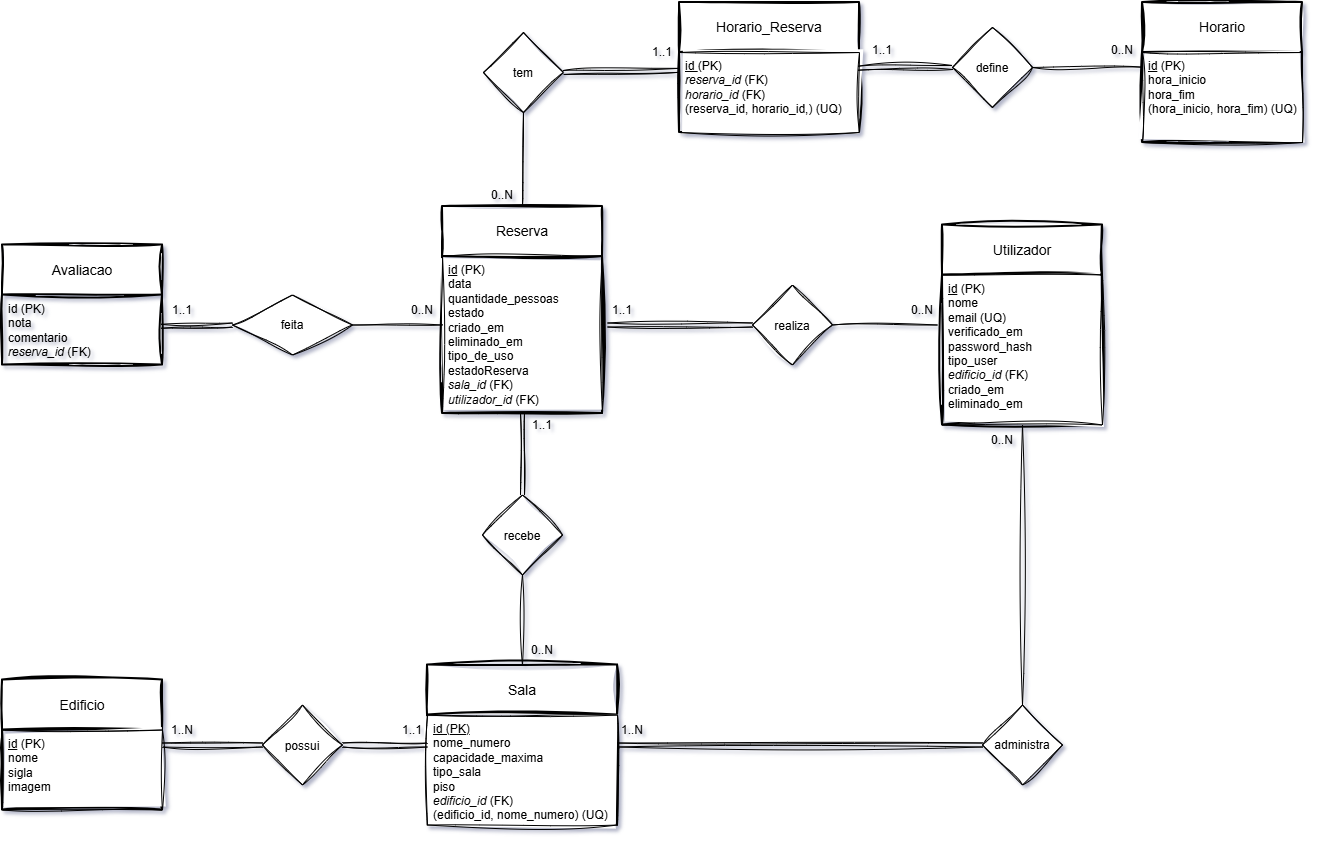
The draw.io diagram apresentacao/LAPR_projeto.drawio.png in TiagoCC23/2024118083_2024116801-LAPRTP1, before a commit. Source tidied: cells renumbered, new cells last; positions are measured from the earlier drawing's top-left corner, leaving out a move shared by most shapes.
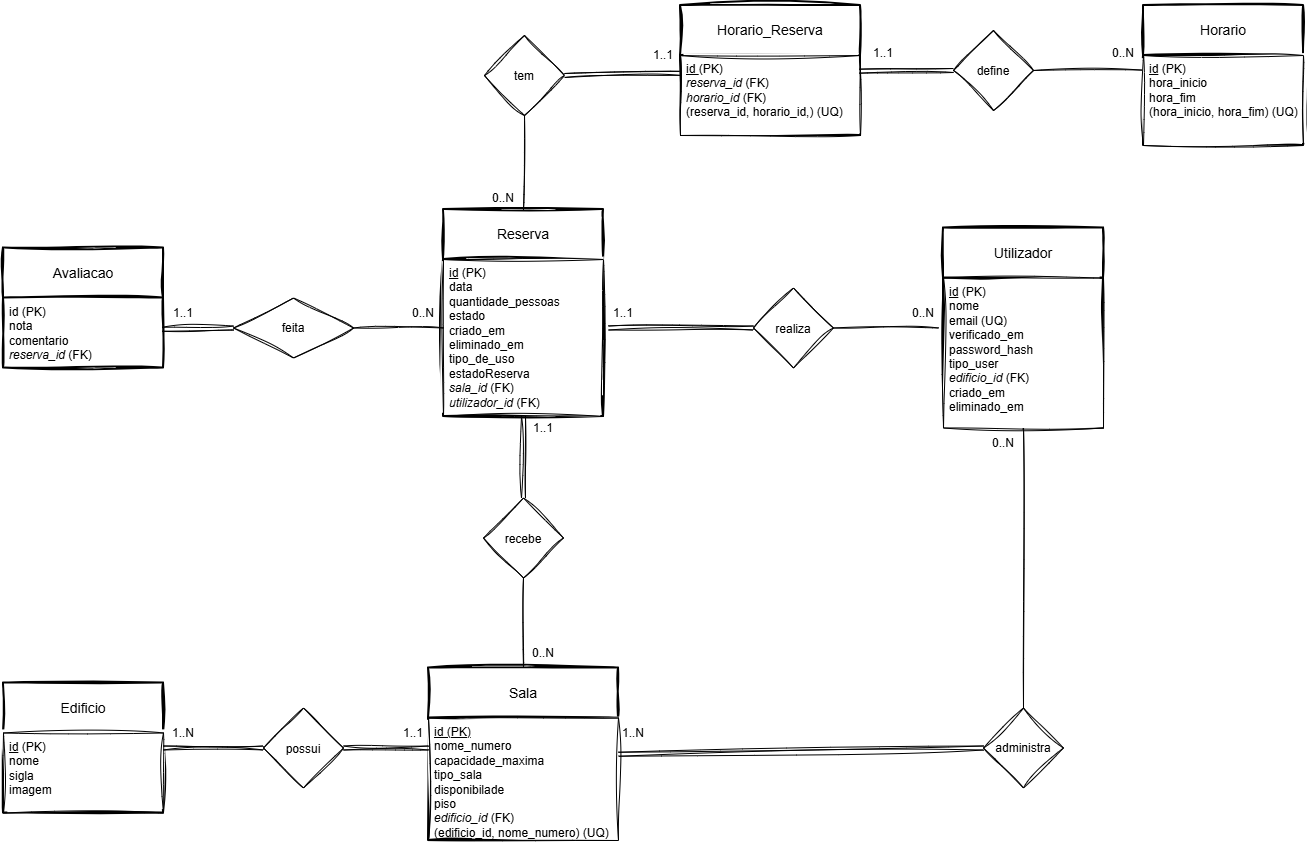
The same diagram one commit later.

Change to the diagram source:
```diff
@@ -1,4 +1,4 @@
-<mxGraphModel background="light-dark(#ffffff, #121212)" shadow="1">
+<mxGraphModel>
   <root>
     <mxCell id="0" />
     <mxCell id="1" parent="0" />
@@ -12,11 +12,11 @@
       <mxGeometry y="130" width="160" as="geometry" />
     </mxCell>
     <mxCell id="5" value="Sala" style="swimlane;horizontal=1;startSize=50;rounded=0;fontSize=14;fontStyle=0;strokeWidth=2;shadow=0;dashed=0;align=center;arcSize=0;whiteSpace=wrap;html=1;sketch=1;curveFitting=1;jiggle=2;" parent="1" vertex="1">
-      <mxGeometry x="425" y="662.5" width="190" height="160" as="geometry" />
+      <mxGeometry x="425" y="662.5" width="190" height="172.5" as="geometry" />
     </mxCell>
-    <mxCell id="6" value="&lt;u&gt;id (PK)&lt;/u&gt;&lt;div&gt;nome_numero&lt;/div&gt;&lt;div&gt;capacidade_maxima&lt;/div&gt;&lt;div&gt;tipo_sala&lt;/div&gt;&lt;div&gt;piso&lt;/div&gt;&lt;div&gt;&lt;i&gt;edificio_id&amp;nbsp;&lt;/i&gt;&lt;span style=&quot;background-color: transparent; color: light-dark(rgb(0, 0, 0), rgb(255, 255, 255));&quot;&gt;(FK)&lt;/span&gt;&lt;/div&gt;&lt;div&gt;&lt;span style=&quot;background-color: transparent; color: light-dark(rgb(0, 0, 0), rgb(255, 255, 255));&quot;&gt;(edificio_id, nome_numero) (UQ)&lt;/span&gt;&lt;/div&gt;" style="align=left;spacingLeft=4;spacingRight=4;fontSize=12;verticalAlign=top;html=1;whiteSpace=wrap;shadow=0;rounded=0;sketch=1;curveFitting=1;jiggle=2;" parent="5" vertex="1">
-      <mxGeometry y="50" width="190" height="110" as="geometry" />
-    </mxCell>
+    <mxCell id="52" value="&lt;u&gt;id (PK)&lt;/u&gt;&lt;div&gt;nome_numero&lt;/div&gt;&lt;div&gt;capacidade_maxima&lt;/div&gt;&lt;div&gt;tipo_sala&lt;/div&gt;&lt;div&gt;disponibilade&lt;/div&gt;&lt;div&gt;piso&lt;/div&gt;&lt;div&gt;&lt;i&gt;edificio_id&amp;nbsp;&lt;/i&gt;&lt;span style=&quot;background-color: transparent; color: light-dark(rgb(0, 0, 0), rgb(255, 255, 255));&quot;&gt;(FK)&lt;/span&gt;&lt;/div&gt;&lt;div&gt;&lt;span style=&quot;background-color: transparent; color: light-dark(rgb(0, 0, 0), rgb(255, 255, 255));&quot;&gt;(edificio_id, nome_numero) (UQ)&lt;/span&gt;&lt;/div&gt;" style="align=left;spacingLeft=4;spacingRight=4;fontSize=12;verticalAlign=top;html=1;whiteSpace=wrap;shadow=0;rounded=0;sketch=1;curveFitting=1;jiggle=2;" parent="5" vertex="1">
+      <mxGeometry y="50" width="190" height="122.5" as="geometry" />
+    </mxCell>
     <mxCell id="7" value="Horario" style="swimlane;horizontal=1;startSize=50;rounded=0;fontSize=14;fontStyle=0;strokeWidth=2;shadow=0;dashed=0;align=center;arcSize=0;whiteSpace=wrap;html=1;sketch=1;curveFitting=1;jiggle=2;" parent="1" vertex="1">
       <mxGeometry x="1140" width="160" height="140" as="geometry" />
     </mxCell>
@@ -53,39 +53,39 @@
     <mxCell id="18" style="endArrow=none;html=1;rounded=0;entryX=1;entryY=0.5;entryDx=0;entryDy=0;exitX=-0.012;exitY=0.162;exitDx=0;exitDy=0;shadow=0;sketch=1;curveFitting=1;jiggle=2;exitPerimeter=0;" parent="1" edge="1" source="8" target="14">
       <mxGeometry relative="1" as="geometry" />
     </mxCell>
-    <mxCell id="19" style="endArrow=none;html=1;rounded=0;entryX=1;entryY=0.5;entryDx=0;entryDy=0;exitX=0;exitY=0.5;exitDx=0;exitDy=0;shadow=0;sketch=1;curveFitting=1;jiggle=2;shape=link;" parent="1" edge="1" source="5" target="16">
-      <mxGeometry relative="1" as="geometry" />
-    </mxCell>
-    <mxCell id="20" value="1..N" style="text;html=1;whiteSpace=wrap;align=center;verticalAlign=middle;rounded=0;shadow=0;sketch=1;curveFitting=1;jiggle=2;" parent="1" vertex="1">
-      <mxGeometry x="150" y="712.5" width="60" height="30" as="geometry" />
-    </mxCell>
-    <mxCell id="21" value="1..1" style="text;html=1;whiteSpace=wrap;align=center;verticalAlign=middle;rounded=0;shadow=0;sketch=1;curveFitting=1;jiggle=2;" parent="1" vertex="1">
-      <mxGeometry x="380" y="712.5" width="60" height="30" as="geometry" />
-    </mxCell>
-    <mxCell id="22" value="0..N" style="text;html=1;whiteSpace=wrap;align=center;verticalAlign=middle;rounded=0;shadow=0;sketch=1;curveFitting=1;jiggle=2;" parent="1" vertex="1">
-      <mxGeometry x="890" y="292.5" width="60" height="30" as="geometry" />
-    </mxCell>
-    <mxCell id="23" value="1..1" style="text;html=1;whiteSpace=wrap;align=center;verticalAlign=middle;rounded=0;shadow=0;sketch=1;curveFitting=1;jiggle=2;" parent="1" vertex="1">
-      <mxGeometry x="590" y="292.5" width="60" height="30" as="geometry" />
-    </mxCell>
-    <mxCell id="24" value="1..1" style="text;html=1;whiteSpace=wrap;align=center;verticalAlign=middle;rounded=0;shadow=0;sketch=1;curveFitting=1;jiggle=2;" parent="1" vertex="1">
-      <mxGeometry x="510" y="408" width="60" height="30" as="geometry" />
-    </mxCell>
-    <mxCell id="25" value="0..N" style="text;html=1;whiteSpace=wrap;align=center;verticalAlign=middle;rounded=0;shadow=0;sketch=1;curveFitting=1;jiggle=2;" parent="1" vertex="1">
-      <mxGeometry x="510" y="632.5" width="60" height="30" as="geometry" />
-    </mxCell>
-    <mxCell id="26" value="0..N" style="text;html=1;whiteSpace=wrap;align=center;verticalAlign=middle;rounded=0;shadow=0;sketch=1;curveFitting=1;jiggle=2;" parent="1" vertex="1">
-      <mxGeometry x="470" y="178" width="60" height="30" as="geometry" />
-    </mxCell>
-    <mxCell id="27" value="0..N" style="text;html=1;whiteSpace=wrap;align=center;verticalAlign=middle;rounded=0;shadow=0;sketch=1;curveFitting=1;jiggle=2;" parent="1" vertex="1">
-      <mxGeometry x="1090" y="33" width="60" height="30" as="geometry" />
-    </mxCell>
-    <mxCell id="28" style="endArrow=none;html=1;rounded=0;hachureGap=4;fontFamily=Architects Daughter;fontSource=https%3A%2F%2Ffonts.googleapis.com%2Fcss%3Ffamily%3DArchitects%2BDaughter;exitX=0.25;exitY=1;exitDx=0;exitDy=0;entryX=0;entryY=0.5;entryDx=0;entryDy=0;sketch=1;curveFitting=1;jiggle=2;shape=link;" parent="1" edge="1" source="23" target="13">
-      <mxGeometry relative="1" as="geometry" />
-    </mxCell>
-    <mxCell id="29" style="endArrow=none;html=1;rounded=0;hachureGap=4;fontFamily=Architects Daughter;fontSource=https%3A%2F%2Ffonts.googleapis.com%2Fcss%3Ffamily%3DArchitects%2BDaughter;entryX=1;entryY=0.5;entryDx=0;entryDy=0;exitX=0.75;exitY=1;exitDx=0;exitDy=0;sketch=1;curveFitting=1;jiggle=2;" parent="1" edge="1" source="22" target="13">
-      <mxGeometry relative="1" as="geometry" />
-    </mxCell>
+    <mxCell id="53" style="endArrow=none;html=1;rounded=0;entryX=1;entryY=0.5;entryDx=0;entryDy=0;exitX=0.75;exitY=1;exitDx=0;exitDy=0;shadow=0;sketch=1;curveFitting=1;jiggle=2;shape=link;" parent="1" edge="1" source="55" target="16">
+      <mxGeometry relative="1" as="geometry" />
+    </mxCell>
+    <mxCell id="54" value="1..N" style="text;html=1;whiteSpace=wrap;align=center;verticalAlign=middle;rounded=0;shadow=0;sketch=1;curveFitting=1;jiggle=2;" parent="1" vertex="1">
+      <mxGeometry x="150" y="712.5" width="60" height="30" as="geometry" />
+    </mxCell>
+    <mxCell id="55" value="1..1" style="text;html=1;whiteSpace=wrap;align=center;verticalAlign=middle;rounded=0;shadow=0;sketch=1;curveFitting=1;jiggle=2;" parent="1" vertex="1">
+      <mxGeometry x="380" y="712.5" width="60" height="30" as="geometry" />
+    </mxCell>
+    <mxCell id="56" value="0..N" style="text;html=1;whiteSpace=wrap;align=center;verticalAlign=middle;rounded=0;shadow=0;sketch=1;curveFitting=1;jiggle=2;" parent="1" vertex="1">
+      <mxGeometry x="890" y="292.5" width="60" height="30" as="geometry" />
+    </mxCell>
+    <mxCell id="57" value="1..1" style="text;html=1;whiteSpace=wrap;align=center;verticalAlign=middle;rounded=0;shadow=0;sketch=1;curveFitting=1;jiggle=2;" parent="1" vertex="1">
+      <mxGeometry x="590" y="292.5" width="60" height="30" as="geometry" />
+    </mxCell>
+    <mxCell id="58" value="1..1" style="text;html=1;whiteSpace=wrap;align=center;verticalAlign=middle;rounded=0;shadow=0;sketch=1;curveFitting=1;jiggle=2;" parent="1" vertex="1">
+      <mxGeometry x="510" y="408" width="60" height="30" as="geometry" />
+    </mxCell>
+    <mxCell id="59" value="0..N" style="text;html=1;whiteSpace=wrap;align=center;verticalAlign=middle;rounded=0;shadow=0;sketch=1;curveFitting=1;jiggle=2;" parent="1" vertex="1">
+      <mxGeometry x="510" y="632.5" width="60" height="30" as="geometry" />
+    </mxCell>
+    <mxCell id="60" value="0..N" style="text;html=1;whiteSpace=wrap;align=center;verticalAlign=middle;rounded=0;shadow=0;sketch=1;curveFitting=1;jiggle=2;" parent="1" vertex="1">
+      <mxGeometry x="470" y="178" width="60" height="30" as="geometry" />
+    </mxCell>
+    <mxCell id="61" value="0..N" style="text;html=1;whiteSpace=wrap;align=center;verticalAlign=middle;rounded=0;shadow=0;sketch=1;curveFitting=1;jiggle=2;" parent="1" vertex="1">
+      <mxGeometry x="1090" y="33" width="60" height="30" as="geometry" />
+    </mxCell>
+    <mxCell id="62" style="endArrow=none;html=1;rounded=0;hachureGap=4;fontFamily=Architects Daughter;fontSource=https%3A%2F%2Ffonts.googleapis.com%2Fcss%3Ffamily%3DArchitects%2BDaughter;exitX=0.25;exitY=1;exitDx=0;exitDy=0;entryX=0;entryY=0.5;entryDx=0;entryDy=0;sketch=1;curveFitting=1;jiggle=2;shape=link;" parent="1" edge="1" source="57" target="13">
+      <mxGeometry relative="1" as="geometry" />
+    </mxCell>
+    <mxCell id="63" style="endArrow=none;html=1;rounded=0;hachureGap=4;fontFamily=Architects Daughter;fontSource=https%3A%2F%2Ffonts.googleapis.com%2Fcss%3Ffamily%3DArchitects%2BDaughter;entryX=1;entryY=0.5;entryDx=0;entryDy=0;exitX=0.75;exitY=1;exitDx=0;exitDy=0;sketch=1;curveFitting=1;jiggle=2;" parent="1" edge="1" source="56" target="13">
+      <mxGeometry relative="1" as="geometry" />
+    </mxCell>
     <mxCell id="30" style="endArrow=none;html=1;rounded=0;hachureGap=4;fontFamily=Architects Daughter;fontSource=https%3A%2F%2Ffonts.googleapis.com%2Fcss%3Ffamily%3DArchitects%2BDaughter;entryX=0.5;entryY=0;entryDx=0;entryDy=0;exitX=0.5;exitY=1;exitDx=0;exitDy=0;sketch=1;curveFitting=1;jiggle=2;shape=link;" parent="1" edge="1" source="12" target="15">
       <mxGeometry relative="1" as="geometry" />
     </mxCell>
@@ -101,12 +101,12 @@
     <mxCell id="34" style="endArrow=none;html=1;rounded=0;hachureGap=4;fontFamily=Architects Daughter;fontSource=https%3A%2F%2Ffonts.googleapis.com%2Fcss%3Ffamily%3DArchitects%2BDaughter;exitX=0.5;exitY=0;exitDx=0;exitDy=0;sketch=1;curveFitting=1;jiggle=2;entryX=0.5;entryY=1;entryDx=0;entryDy=0;" parent="1" edge="1" source="32" target="10">
       <mxGeometry relative="1" as="geometry" />
     </mxCell>
-    <mxCell id="35" value="0..N" style="text;html=1;whiteSpace=wrap;align=center;verticalAlign=middle;rounded=0;shadow=0;sketch=1;curveFitting=1;jiggle=2;" parent="1" vertex="1">
-      <mxGeometry x="970" y="422.5" width="60" height="30" as="geometry" />
-    </mxCell>
-    <mxCell id="36" value="1..N" style="text;html=1;whiteSpace=wrap;align=center;verticalAlign=middle;rounded=0;shadow=0;sketch=1;curveFitting=1;jiggle=2;" parent="1" vertex="1">
-      <mxGeometry x="600" y="712.5" width="60" height="30" as="geometry" />
-    </mxCell>
+    <mxCell id="64" value="0..N" style="text;html=1;whiteSpace=wrap;align=center;verticalAlign=middle;rounded=0;shadow=0;sketch=1;curveFitting=1;jiggle=2;" parent="1" vertex="1">
+      <mxGeometry x="970" y="422.5" width="60" height="30" as="geometry" />
+    </mxCell>
+    <mxCell id="65" value="1..N" style="text;html=1;whiteSpace=wrap;align=center;verticalAlign=middle;rounded=0;shadow=0;sketch=1;curveFitting=1;jiggle=2;" parent="1" vertex="1">
+      <mxGeometry x="600" y="712.5" width="60" height="30" as="geometry" />
+    </mxCell>
     <mxCell id="37" value="Avaliacao" style="swimlane;horizontal=1;startSize=50;rounded=0;fontSize=14;fontStyle=0;strokeWidth=2;shadow=0;dashed=0;align=center;arcSize=4;whiteSpace=wrap;html=1;swimlaneLine=1;sketch=1;curveFitting=1;jiggle=2;" parent="1" vertex="1">
       <mxGeometry y="242.5" width="160" height="120" as="geometry" />
     </mxCell>
@@ -116,11 +116,11 @@
     <mxCell id="39" value="feita" style="shape=rhombus;perimeter=rhombusPerimeter;whiteSpace=wrap;html=1;align=center;sketch=1;curveFitting=1;jiggle=2;" parent="1" vertex="1">
       <mxGeometry x="230" y="292.5" width="120" height="60" as="geometry" />
     </mxCell>
-    <mxCell id="40" style="endArrow=none;html=1;rounded=0;exitX=1;exitY=0.5;exitDx=0;exitDy=0;sketch=1;curveFitting=1;jiggle=2;" parent="1" edge="1" source="39">
-      <mxGeometry relative="1" as="geometry">
-        <mxPoint x="440" y="322.5" as="targetPoint" />
-      </mxGeometry>
-    </mxCell>
+    <mxCell id="66" style="endArrow=none;html=1;rounded=0;exitX=1;exitY=0.5;exitDx=0;exitDy=0;sketch=1;curveFitting=1;jiggle=2;" parent="1" edge="1" source="39">
+      <mxGeometry relative="1" as="geometry">
+        <mxPoint x="440" y="322.5" as="targetPoint" />
+      </mxGeometry>
+    </mxCell>
     <mxCell id="41" style="endArrow=none;html=1;rounded=0;entryX=0;entryY=0.5;entryDx=0;entryDy=0;exitX=0.148;exitY=1.042;exitDx=0;exitDy=0;exitPerimeter=0;shape=link;sketch=1;curveFitting=1;jiggle=2;" parent="1" edge="1" source="43" target="39">
       <mxGeometry relative="1" as="geometry" />
     </mxCell>
@@ -142,12 +142,12 @@
     <mxCell id="47" style="endArrow=none;html=1;rounded=0;entryX=1;entryY=0.5;entryDx=0;entryDy=0;exitX=-0.005;exitY=0.223;exitDx=0;exitDy=0;shadow=0;sketch=1;curveFitting=1;jiggle=2;exitPerimeter=0;shape=link;" parent="1" edge="1" source="45" target="46">
       <mxGeometry relative="1" as="geometry" />
     </mxCell>
-    <mxCell id="48" value="1..1" style="text;html=1;whiteSpace=wrap;align=center;verticalAlign=middle;rounded=0;shadow=0;sketch=1;curveFitting=1;jiggle=2;" parent="1" vertex="1">
-      <mxGeometry x="630" y="35" width="60" height="30" as="geometry" />
-    </mxCell>
-    <mxCell id="49" value="1..1" style="text;html=1;whiteSpace=wrap;align=center;verticalAlign=middle;rounded=0;shadow=0;sketch=1;curveFitting=1;jiggle=2;" parent="1" vertex="1">
-      <mxGeometry x="850" y="33" width="60" height="30" as="geometry" />
-    </mxCell>
+    <mxCell id="67" value="1..1" style="text;html=1;whiteSpace=wrap;align=center;verticalAlign=middle;rounded=0;shadow=0;sketch=1;curveFitting=1;jiggle=2;" parent="1" vertex="1">
+      <mxGeometry x="630" y="35" width="60" height="30" as="geometry" />
+    </mxCell>
+    <mxCell id="68" value="1..1" style="text;html=1;whiteSpace=wrap;align=center;verticalAlign=middle;rounded=0;shadow=0;sketch=1;curveFitting=1;jiggle=2;" parent="1" vertex="1">
+      <mxGeometry x="850" y="33" width="60" height="30" as="geometry" />
+    </mxCell>
     <mxCell id="50" style="endArrow=none;html=1;rounded=0;entryX=0.994;entryY=0.196;entryDx=0;entryDy=0;exitX=0;exitY=0.5;exitDx=0;exitDy=0;shadow=0;sketch=1;curveFitting=1;jiggle=2;entryPerimeter=0;shape=link;" parent="1" edge="1" source="14" target="45">
       <mxGeometry relative="1" as="geometry" />
     </mxCell>
```
